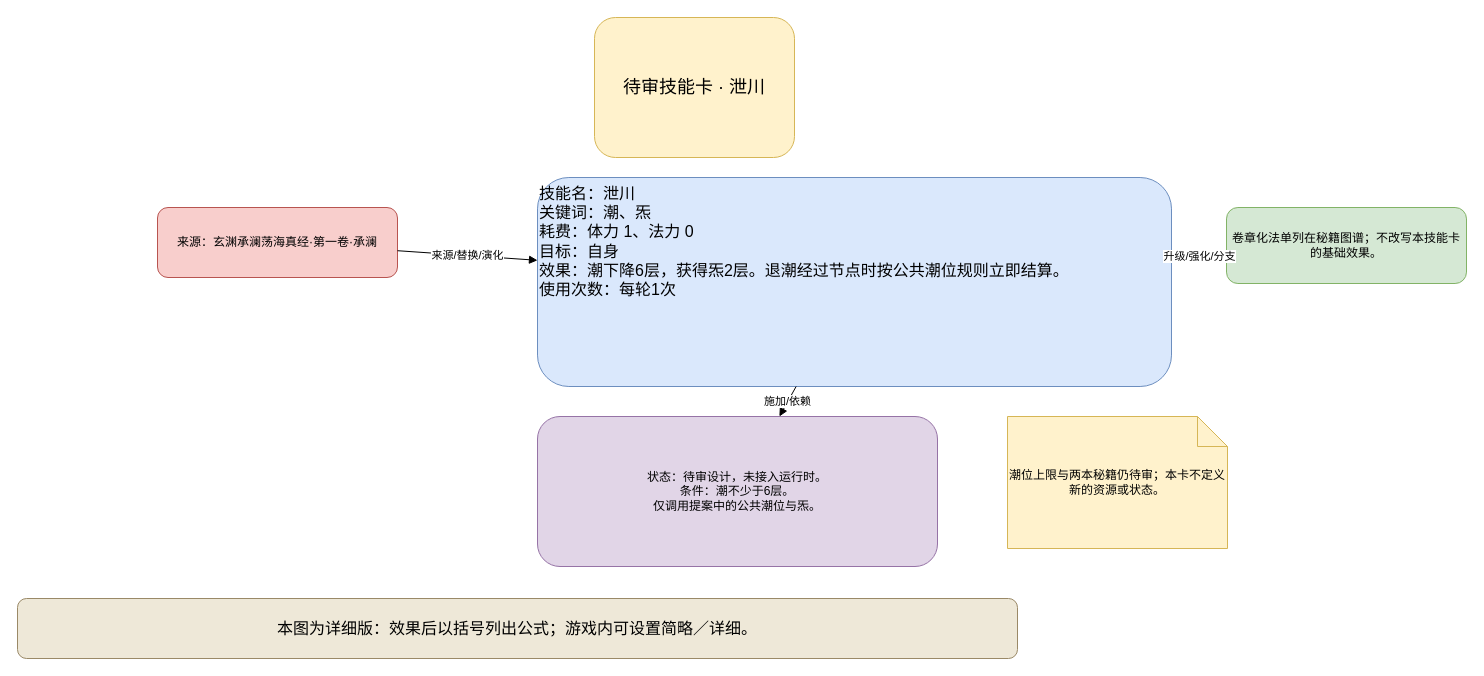
Before: page "泄川" (1 of 2) of docs/卡牌词典/秘籍技能/玄渊承澜荡海真经/泄川.drawio in ankundanetracyc-spec/tian-guan-you-du, a draw.io diagram. Source tidied: cells renumbered, new cells numbered last; positions are measured from the earlier drawing's top-left corner, leaving out a move shared by most shapes. Both pictures are drawn from the tidied source at 100%, with x=0, y=0 at pixel (17, 17).
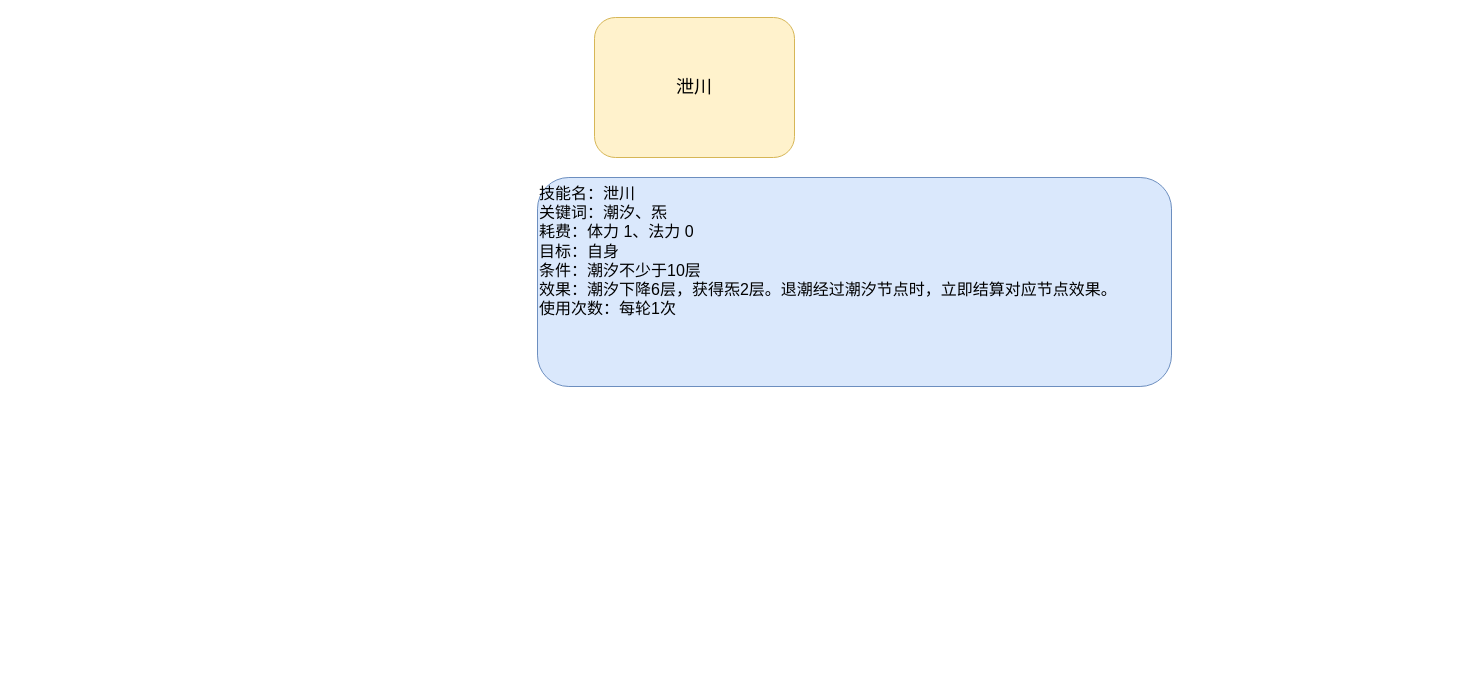
The same diagram, later.

What changed in the source:
```diff
@@
 <mxGraphModel>
   <root>
     <mxCell id="0" />
     <mxCell id="1" parent="0" />
-    <mxCell id="2" value="待审技能卡 · 泄川" style="rounded=1;whiteSpace=wrap;html=1;fillColor=#fff2cc;strokeColor=#d6b656;fontSize=18;" parent="1" vertex="1">
+    <mxCell id="2" value="泄川" style="rounded=1;whiteSpace=wrap;html=1;fillColor=#fff2cc;strokeColor=#d6b656;fontSize=18;" parent="1" vertex="1">
       <mxGeometry x="577" width="200" height="140" as="geometry" />
     </mxCell>
-    <mxCell id="3" value="技能名：泄川&#10;关键词：潮、炁&#10;耗费：体力 1、法力 0&#10;目标：自身&#10;效果：潮下降6层，获得炁2层。退潮经过节点时按公共潮位规则立即结算。&#10;使用次数：每轮1次" style="rounded=1;whiteSpace=wrap;html=1;fillColor=#dae8fc;strokeColor=#6c8ebf;fontSize=16;align=left;verticalAlign=top;" parent="1" vertex="1">
+    <mxCell id="3" value="技能名：泄川&#10;关键词：潮汐、炁&#10;耗费：体力 1、法力 0&#10;目标：自身&#10;条件：潮汐不少于10层&#10;效果：潮汐下降6层，获得炁2层。退潮经过潮汐节点时，立即结算对应节点效果。&#10;使用次数：每轮1次" style="rounded=1;whiteSpace=wrap;html=1;fillColor=#dae8fc;strokeColor=#6c8ebf;fontSize=16;align=left;verticalAlign=top;" parent="1" vertex="1">
       <mxGeometry x="520" y="160" width="634" height="209" as="geometry" />
     </mxCell>
-    <mxCell id="4" value="来源：玄渊承澜荡海真经·第一卷·承澜" style="rounded=1;whiteSpace=wrap;html=1;fillColor=#f8cecc;strokeColor=#b85450;" parent="1" vertex="1">
-      <mxGeometry x="140" y="190" width="240" height="70" as="geometry" />
-    </mxCell>
-    <mxCell id="5" value="卷章化法单列在秘籍图谱；不改写本技能卡的基础效果。" style="rounded=1;whiteSpace=wrap;html=1;fillColor=#d5e8d4;strokeColor=#82b366;" parent="1" vertex="1">
-      <mxGeometry x="1209" y="190" width="240" height="76" as="geometry" />
-    </mxCell>
-    <mxCell id="6" value="状态：待审设计，未接入运行时。&lt;br&gt;条件：潮不少于6层。&lt;br&gt;仅调用提案中的公共潮位与炁。" style="rounded=1;whiteSpace=wrap;html=1;fillColor=#e1d5e7;strokeColor=#9673a6;" parent="1" vertex="1">
-      <mxGeometry x="520" y="399" width="400" height="150" as="geometry" />
-    </mxCell>
-    <mxCell id="7" value="潮位上限与两本秘籍仍待审；本卡不定义新的资源或状态。" style="shape=note;whiteSpace=wrap;html=1;fillColor=#fff2cc;strokeColor=#d6b656;" parent="1" vertex="1">
-      <mxGeometry x="990" y="399" width="220" height="132" as="geometry" />
-    </mxCell>
-    <mxCell id="8" value="来源/替换/演化" style="endArrow=block;html=1;rounded=0;" parent="1" edge="1" source="4" target="3">
-      <mxGeometry relative="1" as="geometry" />
-    </mxCell>
-    <mxCell id="9" value="升级/强化/分支" style="endArrow=block;html=1;rounded=0;" parent="1" edge="1" source="3" target="5">
-      <mxGeometry relative="1" as="geometry" />
-    </mxCell>
-    <mxCell id="10" value="施加/依赖" style="endArrow=block;html=1;rounded=0;" parent="1" edge="1" source="3" target="6">
-      <mxGeometry relative="1" as="geometry" />
-    </mxCell>
-    <mxCell id="11" value="本图为详细版：效果后以括号列出公式；游戏内可设置简略／详细。" style="rounded=1;whiteSpace=wrap;html=1;fillColor=#eee8d8;strokeColor=#9a8967;fontSize=16;" parent="1" vertex="1">
-      <mxGeometry y="581" width="1000" height="60" as="geometry" />
-    </mxCell>
   </root>
 </mxGraphModel>
```
